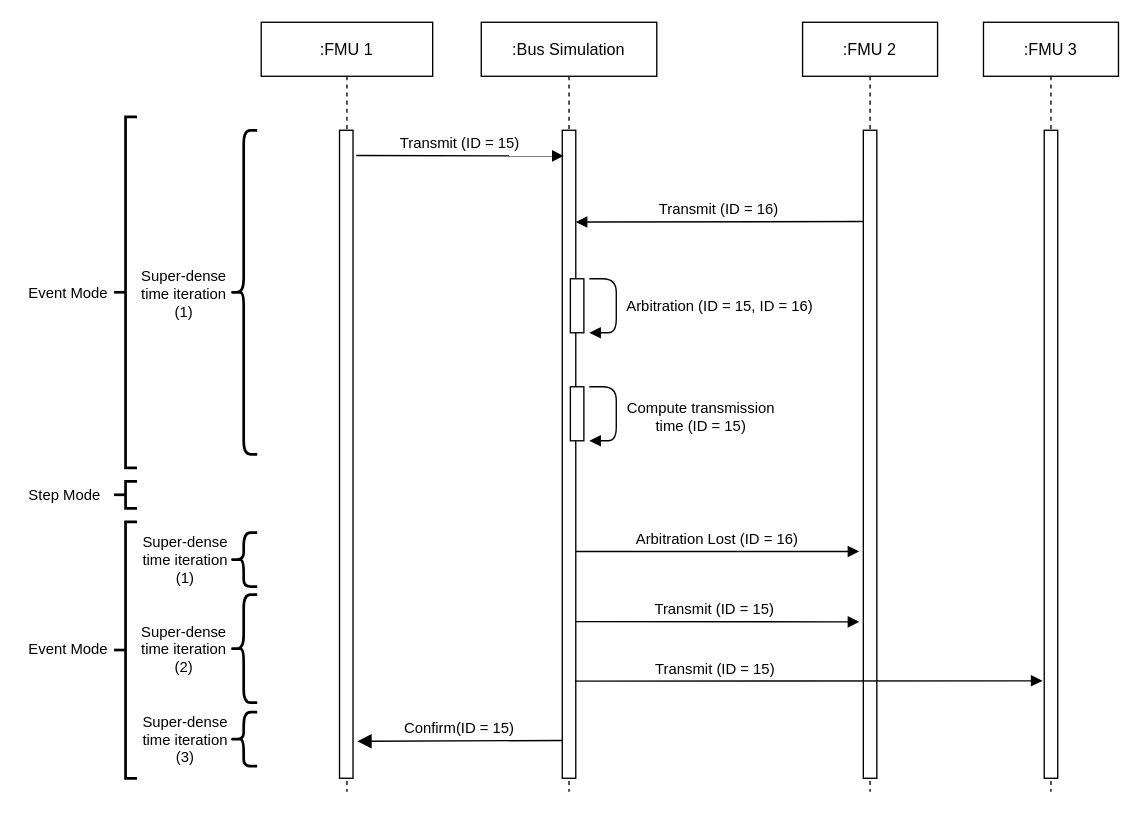
Before: ls-bus-guide/images/can_arbitration_overview.drawio in modelica/fmi-ls-bus-guides, a draw.io diagram. Source tidied: cells renumbered, new cells numbered last; positions are measured from the earlier drawing's top-left corner, leaving out a move shared by most shapes. Both pictures are drawn from the tidied source at 135%, with x=0, y=0 at pixel (22, 22).
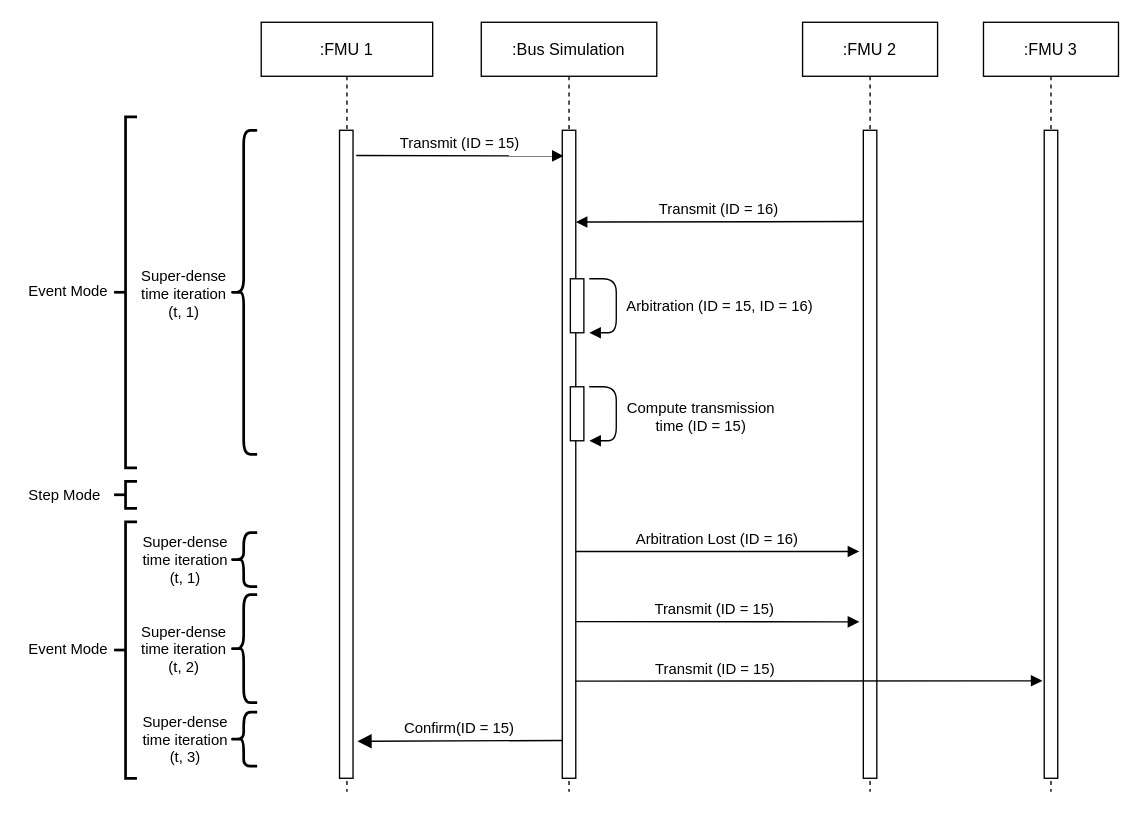
Above is the later version.

Commit message (it also covers changes not shown here):
Clarify usage of super-dense time instants (#106)

Diff of the diagram source:
```diff
@@
-    <mxCell id="25" value="Super-dense&#10;time iteration&#10;(1)" style="text;align=center;fontStyle=0;verticalAlign=middle;spacingLeft=3;spacingRight=3;strokeColor=none;fontSize=11;fillColor=none;" parent="1" vertex="1">
+    <mxCell id="25" value="Super-dense&#10;time iteration&#10;(t, 1)" style="text;align=center;fontStyle=0;verticalAlign=middle;spacingLeft=3;spacingRight=3;strokeColor=none;fontSize=11;fillColor=none;" parent="1" vertex="1">
       <mxGeometry x="80" y="188" width="80" height="26" as="geometry" />
     </mxCell>
-    <mxCell id="26" value="Super-dense&#10;time iteration&#10;(2)" style="text;align=center;fontStyle=0;verticalAlign=middle;spacingLeft=3;spacingRight=3;strokeColor=none;fontSize=11;fillColor=none;" parent="1" vertex="1">
+    <mxCell id="26" value="Super-dense&#10;time iteration&#10;(t, 2)" style="text;align=center;fontStyle=0;verticalAlign=middle;spacingLeft=3;spacingRight=3;strokeColor=none;fontSize=11;fillColor=none;" parent="1" vertex="1">
       <mxGeometry x="80" y="451" width="80" height="26" as="geometry" />
     </mxCell>
     <mxCell id="27" value="Event Mode" style="text;align=left;fontStyle=0;verticalAlign=middle;spacingLeft=3;spacingRight=3;strokeColor=none;fontSize=11;fillColor=none;" parent="1" vertex="1">
-      <mxGeometry y="187" width="80" height="26" as="geometry" />
+      <mxGeometry y="186" width="80" height="26" as="geometry" />
     </mxCell>
@@
-    <mxCell id="31" value="Super-dense&#10;time iteration&#10;(3)" style="text;align=center;fontStyle=0;verticalAlign=middle;spacingLeft=3;spacingRight=3;strokeColor=none;fontSize=11;fillColor=none;" parent="1" vertex="1">
+    <mxCell id="31" value="Super-dense&#10;time iteration&#10;(t, 3)" style="text;align=center;fontStyle=0;verticalAlign=middle;spacingLeft=3;spacingRight=3;strokeColor=none;fontSize=11;fillColor=none;" parent="1" vertex="1">
       <mxGeometry x="81" y="518" width="80" height="26" as="geometry" />
     </mxCell>
@@
-    <mxCell id="33" value="Super-dense&#10;time iteration&#10;(1)" style="text;align=center;fontStyle=0;verticalAlign=middle;spacingLeft=3;spacingRight=3;strokeColor=none;fontSize=11;fillColor=none;" parent="1" vertex="1">
+    <mxCell id="33" value="Super-dense&#10;time iteration&#10;(t, 1)" style="text;align=center;fontStyle=0;verticalAlign=middle;spacingLeft=3;spacingRight=3;strokeColor=none;fontSize=11;fillColor=none;" parent="1" vertex="1">
       <mxGeometry x="81" y="385" width="80" height="26" as="geometry" />
     </mxCell>
```
